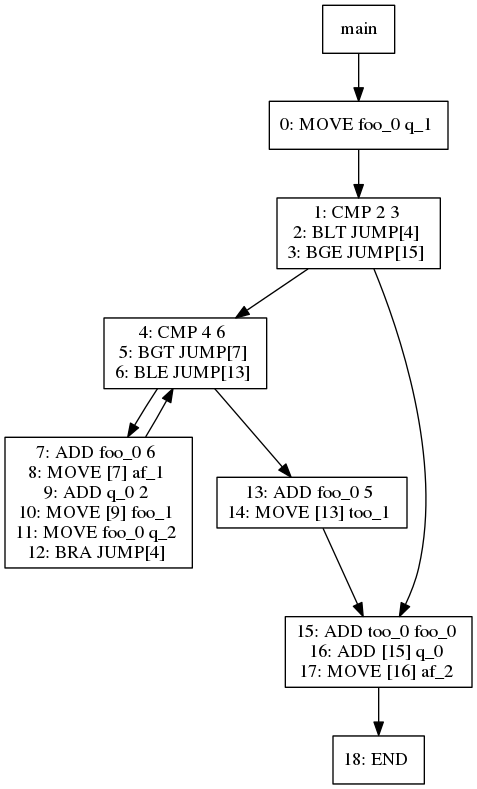
This is viz/test029.dot.png from jiahanwang/PL241-Compiler, a Graphviz export, as it was before one commit. Its source is kept beside it as viz/test029.dot.
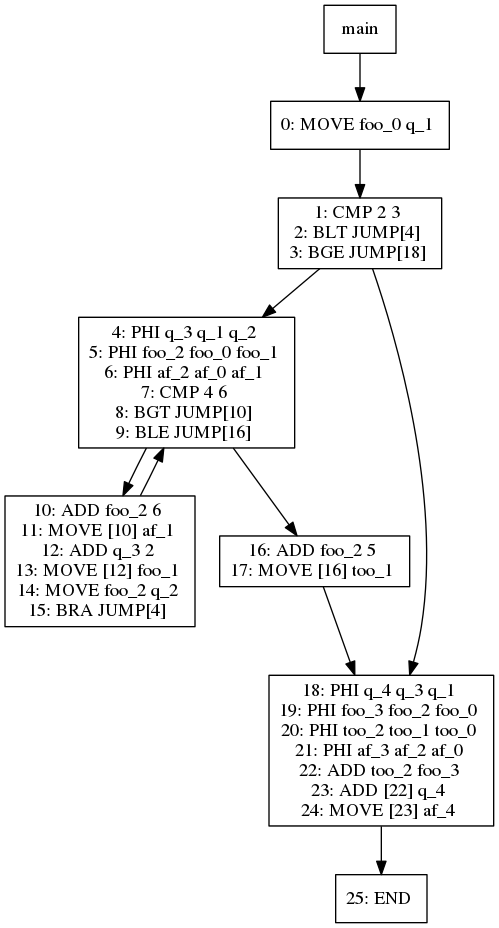
The same diagram one commit later.

Diff of the diagram source:
```diff
@@ -7,33 +7,40 @@
 3 -> 4
 4[label="1: CMP 2 3
 2: BLT JUMP[4]
-3: BGE JUMP[15]
+3: BGE JUMP[18]
 "]
 4 -> 6
-6[label="4: CMP 4 6
-5: BGT JUMP[7]
-6: BLE JUMP[13]
+6[label="4: PHI q_3 q_1 q_2
+5: PHI foo_2 foo_0 foo_1
+6: PHI af_2 af_0 af_1
+7: CMP 4 6
+8: BGT JUMP[10]
+9: BLE JUMP[16]
 "]
 6 -> 8
-8[label="7: ADD foo_0 6
-8: MOVE [7] af_1
-9: ADD q_0 2
-10: MOVE [9] foo_1
-11: MOVE foo_0 q_2
-12: BRA JUMP[4]
+8[label="10: ADD foo_2 6
+11: MOVE [10] af_1
+12: ADD q_3 2
+13: MOVE [12] foo_1
+14: MOVE foo_2 q_2
+15: BRA JUMP[4]
 "]
 8 -> 6
 6 -> 7
-7[label="13: ADD foo_0 5
-14: MOVE [13] too_1
+7[label="16: ADD foo_2 5
+17: MOVE [16] too_1
 "]
 7 -> 5
-5[label="15: ADD too_0 foo_0
-16: ADD [15] q_0
-17: MOVE [16] af_2
+5[label="18: PHI q_4 q_3 q_1
+19: PHI foo_3 foo_2 foo_0
+20: PHI too_2 too_1 too_0
+21: PHI af_3 af_2 af_0
+22: ADD too_2 foo_3
+23: ADD [22] q_4
+24: MOVE [23] af_4
 "]
 5 -> 13
-13[label="18: END
+13[label="25: END
 "]
 4 -> 5
 }
```
